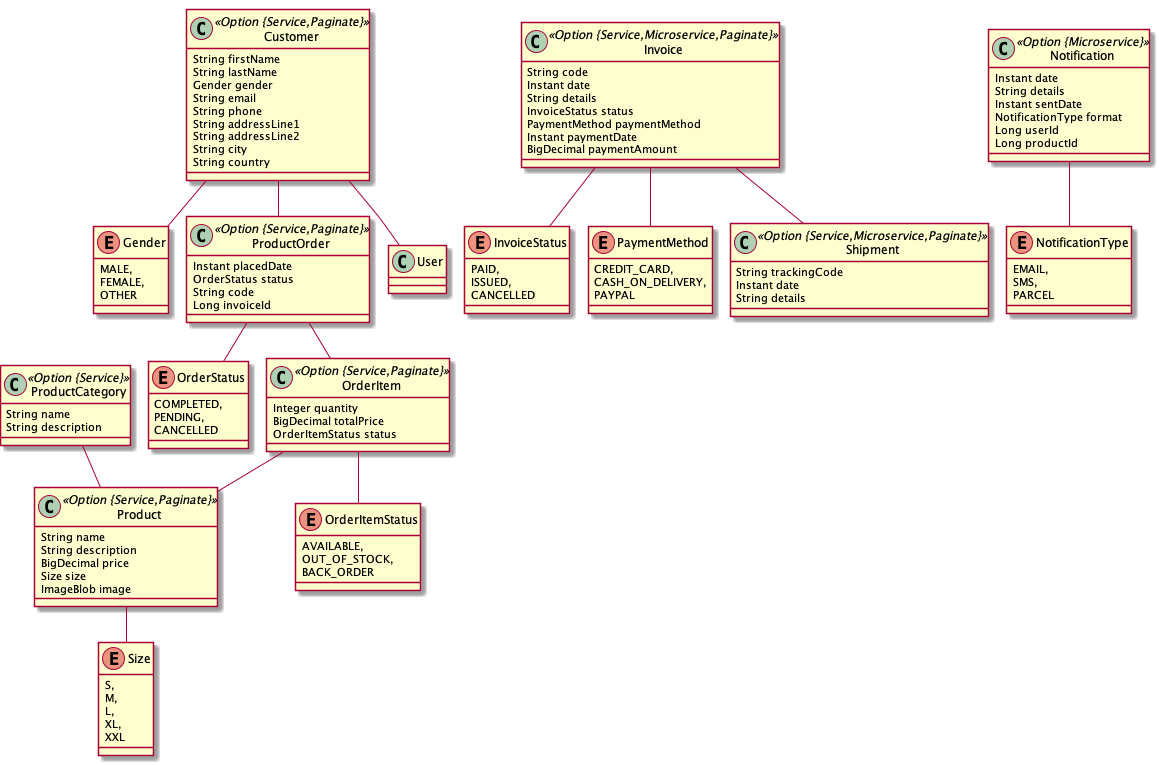
Earlier version of the PlantUML export micre_svc_app.png (alexkobu/jhipster-demo).
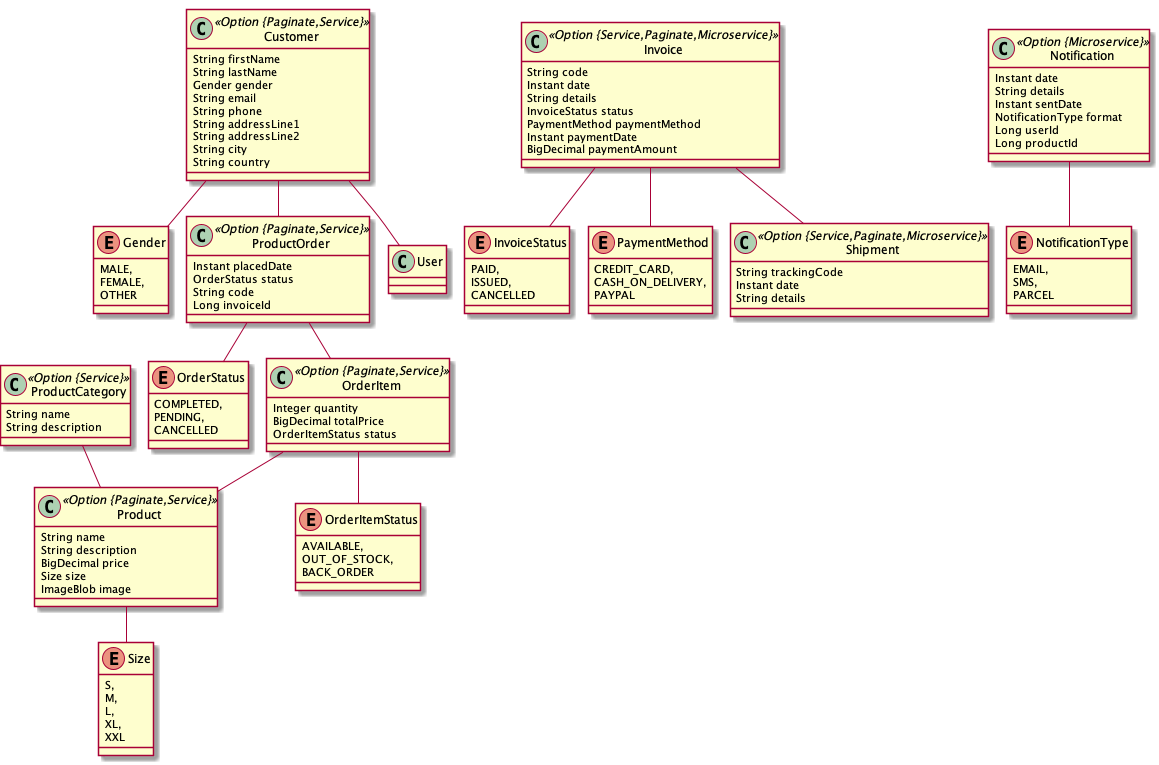
The same file after the commit.

The edit, as a diff of the source:
```diff
@@ -1,7 +1,7 @@
 @startuml
 	!pragma graphviz_dot jdot
 	!pragma syntax class
-	class Product <<Option {Service,Paginate}>> {
+	class Product <<Option {Paginate,Service}>> {
 		String name
 		String description
 		BigDecimal price
@@ -20,7 +20,7 @@
 		String name
 		String description
 	}
-	class Customer <<Option {Service,Paginate}>> {
+	class Customer <<Option {Paginate,Service}>> {
 		String firstName
 		String lastName
 		Gender gender
@@ -37,7 +37,7 @@
 		FEMALE,
 		OTHER
 	}
-	class ProductOrder <<Option {Service,Paginate}>> {
+	class ProductOrder <<Option {Paginate,Service}>> {
 		Instant placedDate
 		OrderStatus status
 		String code
@@ -49,7 +49,7 @@
 		PENDING,
 		CANCELLED
 	}
-	class OrderItem <<Option {Service,Paginate}>> {
+	class OrderItem <<Option {Paginate,Service}>> {
 		Integer quantity
 		BigDecimal totalPrice
 		OrderItemStatus status
@@ -65,7 +65,7 @@
 	Customer  "order 0..1 " --o "customer(email)  1..* "  ProductOrder
 	ProductOrder  "orderItem 0..1 " --o "order(code)  1..* "  OrderItem
 	ProductCategory  "product 0..1 " --o "productCategory(name) 0..* "  Product
-	class Invoice <<Option {Service,Microservice,Paginate}>> {
+	class Invoice <<Option {Service,Paginate,Microservice}>> {
 		String code
 		Instant date
 		String details
@@ -81,7 +81,7 @@
 		ISSUED,
 		CANCELLED
 	}
-	class Shipment <<Option {Service,Microservice,Paginate}>> {
+	class Shipment <<Option {Service,Paginate,Microservice}>> {
 		String trackingCode
 		Instant date
 		String details
```
